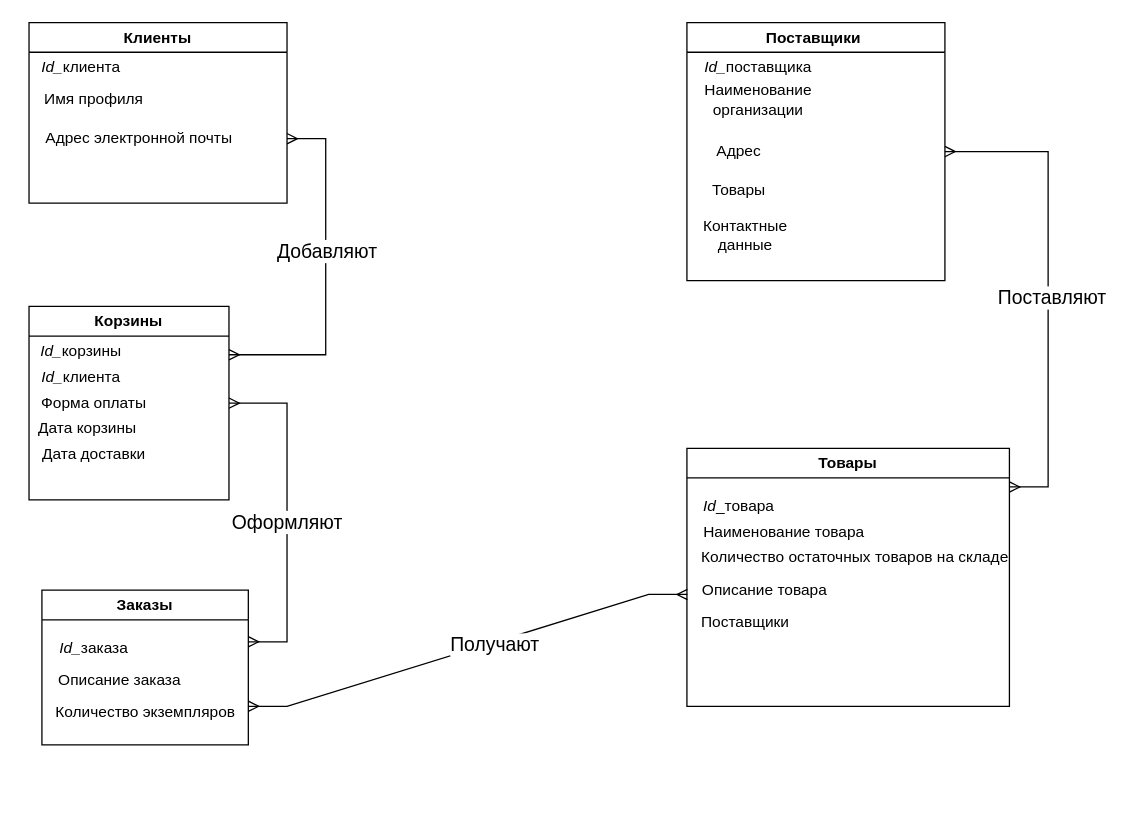
The draw.io diagram ER-модель.drawio in Weintag/Database, before the edit. Source tidied: cells renumbered, new cells numbered last; positions are measured from the earlier drawing's top-left corner, leaving out a move shared by most shapes. Both pictures are drawn from the tidied source at 129%, with x=0, y=0 at pixel (22, 22).
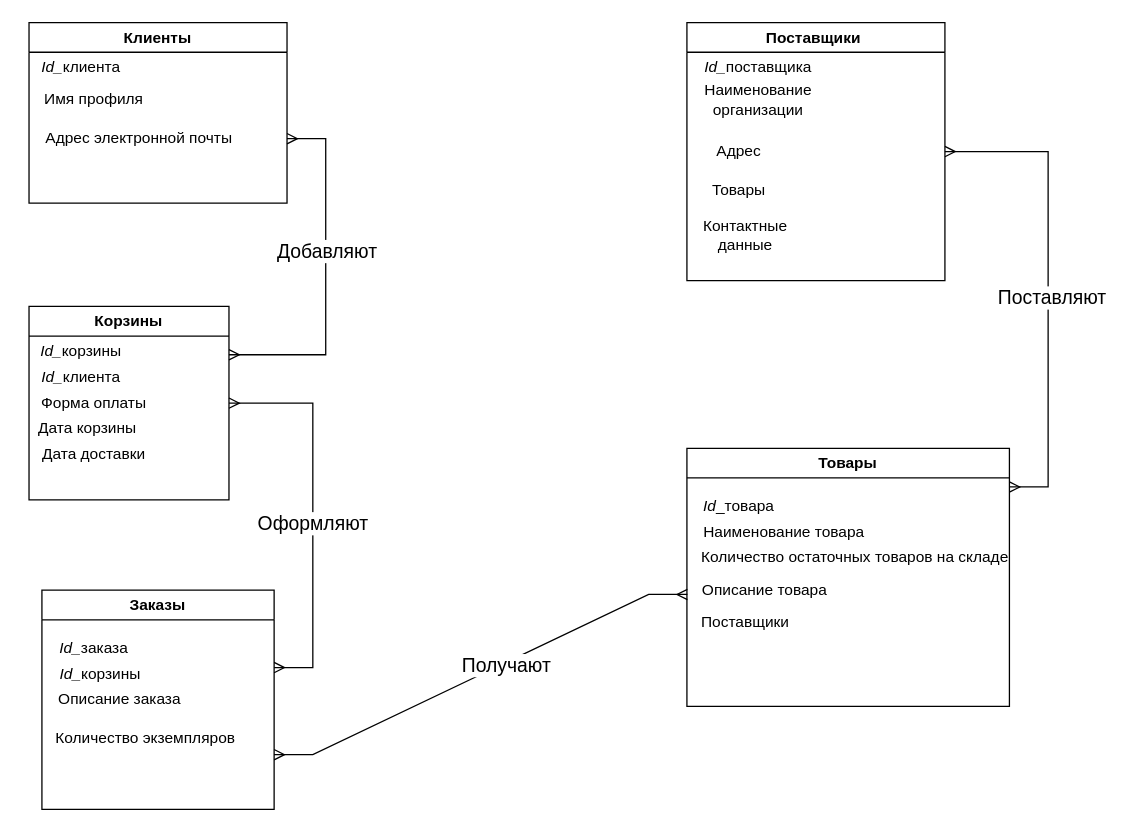
The same page after the edit.

Unchanged cells that the change refers to:
```xml
<mxCell id="19" value="Корзины" style="swimlane;whiteSpace=wrap;html=1;" parent="1" vertex="1">
  <mxGeometry x="5" y="220" width="155" height="150" as="geometry" />
</mxCell>
```

What changed in the source:
```diff
@@
     <mxCell id="25" value="Заказы" style="swimlane;whiteSpace=wrap;html=1;" parent="1" vertex="1">
-      <mxGeometry x="15" y="440" width="160" height="120" as="geometry" />
+      <mxGeometry x="15" y="440" width="180" height="170" as="geometry" />
     </mxCell>
@@
     <mxCell id="27" value="Описание заказа" style="text;html=1;align=center;verticalAlign=middle;strokeColor=none;fillColor=none;" parent="25" vertex="1">
-      <mxGeometry y="55" width="120" height="30" as="geometry" />
+      <mxGeometry y="70" width="120" height="30" as="geometry" />
     </mxCell>
     <mxCell id="28" value="Количество экземпляров" style="text;html=1;align=center;verticalAlign=middle;strokeColor=none;fillColor=none;" parent="25" vertex="1">
-      <mxGeometry y="80" width="160" height="30" as="geometry" />
+      <mxGeometry y="100" width="160" height="30" as="geometry" />
     </mxCell>
+    <mxCell id="37" value="&lt;i&gt;Id_&lt;/i&gt;корзины" style="text;html=1;align=center;verticalAlign=middle;strokeColor=none;fillColor=none;" parent="25" vertex="1">
+      <mxGeometry y="50" width="90" height="30" as="geometry" />
+    </mxCell>
@@
     <mxCell id="33" style="edgeStyle=entityRelationEdgeStyle;fontSize=12;html=1;endArrow=ERmany;startArrow=ERmany;rounded=0;entryX=1;entryY=0.5;entryDx=0;entryDy=0;" parent="1" edge="1" target="19">
       <mxGeometry relative="1" as="geometry">
-        <mxPoint x="175" y="480" as="sourcePoint" />
+        <mxPoint x="195" y="500" as="sourcePoint" />
       </mxGeometry>
     </mxCell>
```
